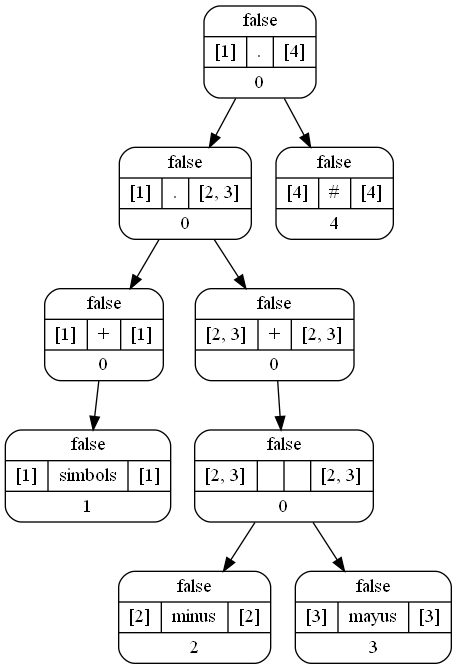
Above: Salida/Imagenes/Grafico0.png in Villa01/OLC1-Proyecto1_201900907 (Graphviz), before the change. Its source is kept beside it as Salida/ArchivosDot/Grafico0.dot.
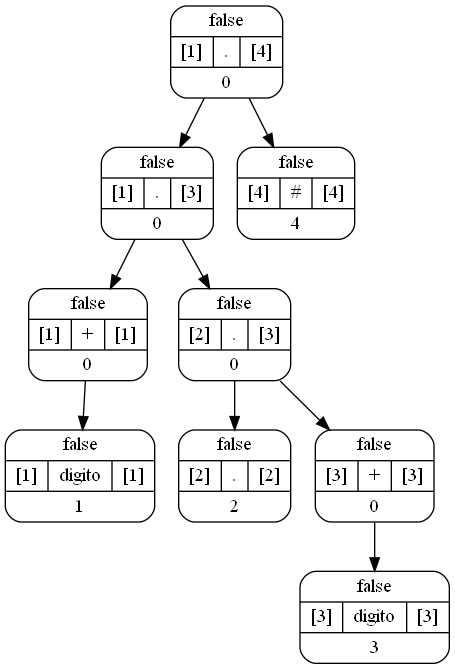
The same diagram one commit later.

What changed in the source:
```diff
@@ -3,19 +3,19 @@
  node[style=rounded shape=record]
 node0[label = "{false|{[1]|.|[4]}|0}"];
 node0 -> node00
-node00[label = "{false|{[1]|.|[2, 3]}|0}"];
+node00[label = "{false|{[1]|.|[3]}|0}"];
 node00 -> node000
 node000[label = "{false|{[1]|+|[1]}|0}"];
 node000 -> node0000
-node0000[label = "{false|{[1]|simbols|[1]}|1}"];
+node0000[label = "{false|{[1]|digito|[1]}|1}"];
 node00 -> node001
-node001[label = "{false|{[2, 3]|+|[2, 3]}|0}"];
+node001[label = "{false|{[2]|.|[3]}|0}"];
 node001 -> node0010
-node0010[label = "{false|{[2, 3]|||[2, 3]}|0}"];
-node0010 -> node00100
-node00100[label = "{false|{[2]|minus|[2]}|2}"];
-node0010 -> node00101
-node00101[label = "{false|{[3]|mayus|[3]}|3}"];
+node0010[label = "{false|{[2]|.|[2]}|2}"];
+node001 -> node0011
+node0011[label = "{false|{[3]|+|[3]}|0}"];
+node0011 -> node00110
+node00110[label = "{false|{[3]|digito|[3]}|3}"];
 node0 -> node01
 node01[label = "{false|{[4]|#|[4]}|4}"];
 
```
